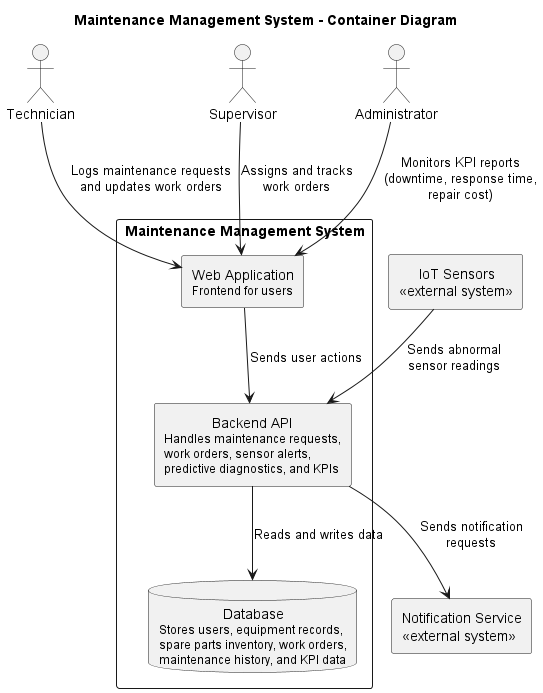
This is uml/Context/container_diagram.png from xalameen8633-dotcom/Software-engineering-project, a PlantUML export, as it was before one commit.
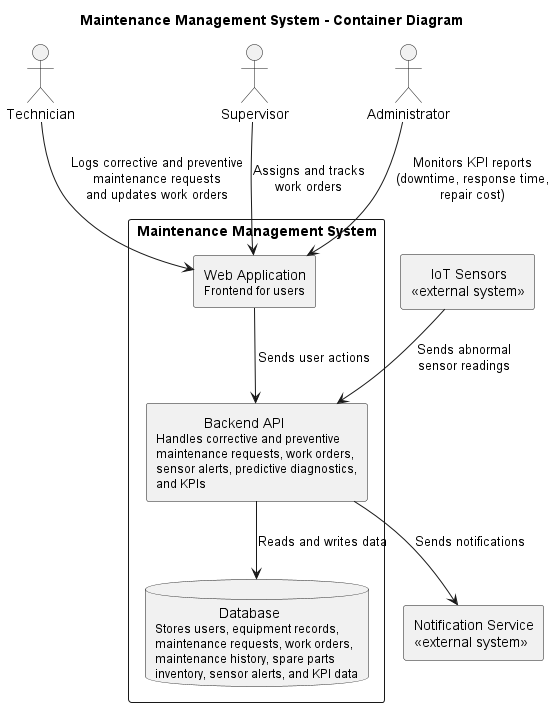
The same diagram one commit later.

Change to the diagram source:
```diff
@@ -10,11 +10,11 @@
 
 rectangle "Maintenance Management System" {
     rectangle "Web Application\n<size:12>Frontend for users" as web
-    rectangle "\t    Backend API\n<size:12>Handles maintenance requests,\n<size:12>work orders, sensor alerts,\n<size:12>predictive diagnostics, and KPIs" as api
-    database "\t\tDatabase\n<size:12>Stores users, equipment records,\n<size:12>spare parts inventory, work orders,\n<size:12>maintenance history, and KPI data" as db
+    rectangle "\t    Backend API\n<size:12>Handles corrective and preventive\n<size:12>maintenance requests, work orders,\n<size:12>sensor alerts, predictive diagnostics,\n<size:12>and KPIs" as api
+    database "\t\tDatabase\n<size:12>Stores users, equipment records,\n<size:12>maintenance requests, work orders,\n<size:12>maintenance history, spare parts\n<size:12>inventory, sensor alerts, and KPI data" as db
 }
 
-technician --> web : Logs maintenance requests\nand updates work orders
+technician --> web : Logs corrective and preventive\nmaintenance requests\nand updates work orders
 supervisor --> web : Assigns and tracks\nwork orders
 admin --> web : Monitors KPI reports\n(downtime, response time,\nrepair cost)
 
@@ -22,6 +22,6 @@
 api --> db : Reads and writes data
 
 iot --> api : Sends abnormal\nsensor readings
-api --> notification : Sends notification\nrequests
+api --> notification : Sends notifications
 
 @enduml
```
